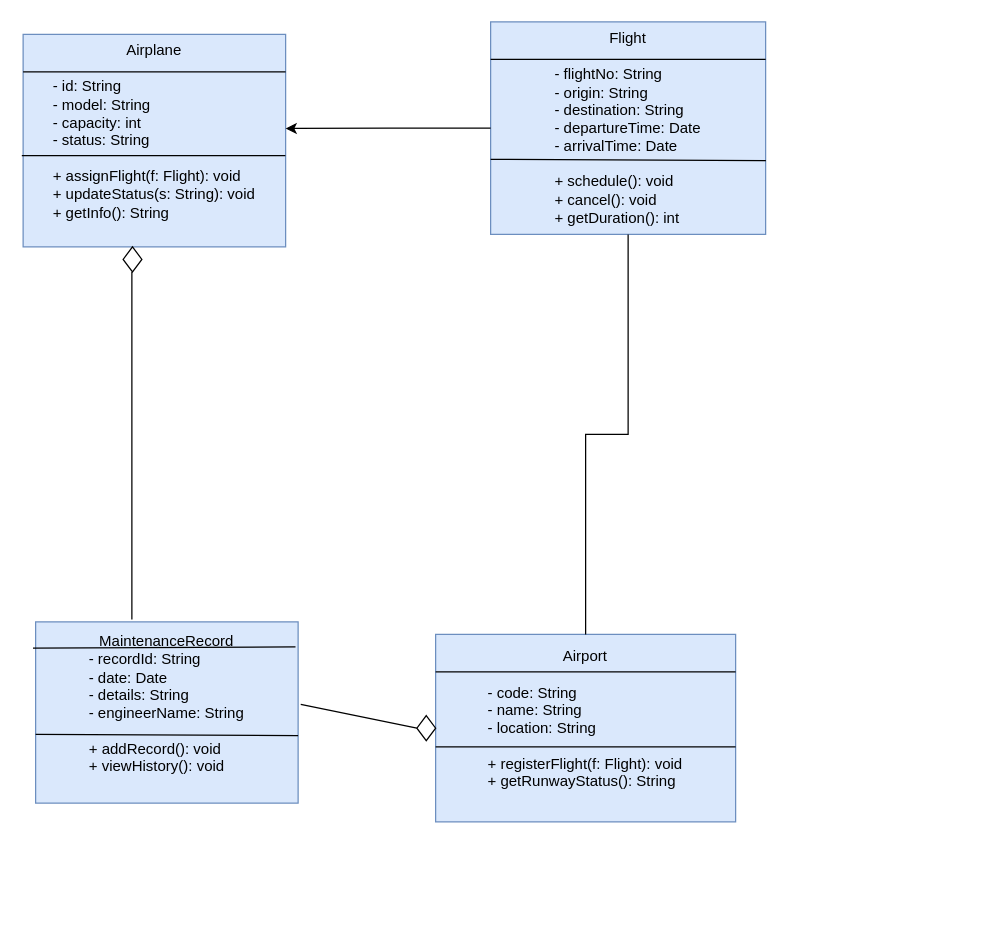
This is task-2/3/plane.drawio from Eno4ic/HomeworksSenla, a draw.io file, before an edit. Source tidied: cells renumbered, new cells numbered last; positions are measured from the earlier drawing's top-left corner, leaving out a move shared by most shapes. Both pictures are drawn from the tidied source at 125%, with x=0, y=0 at pixel (22, 21).
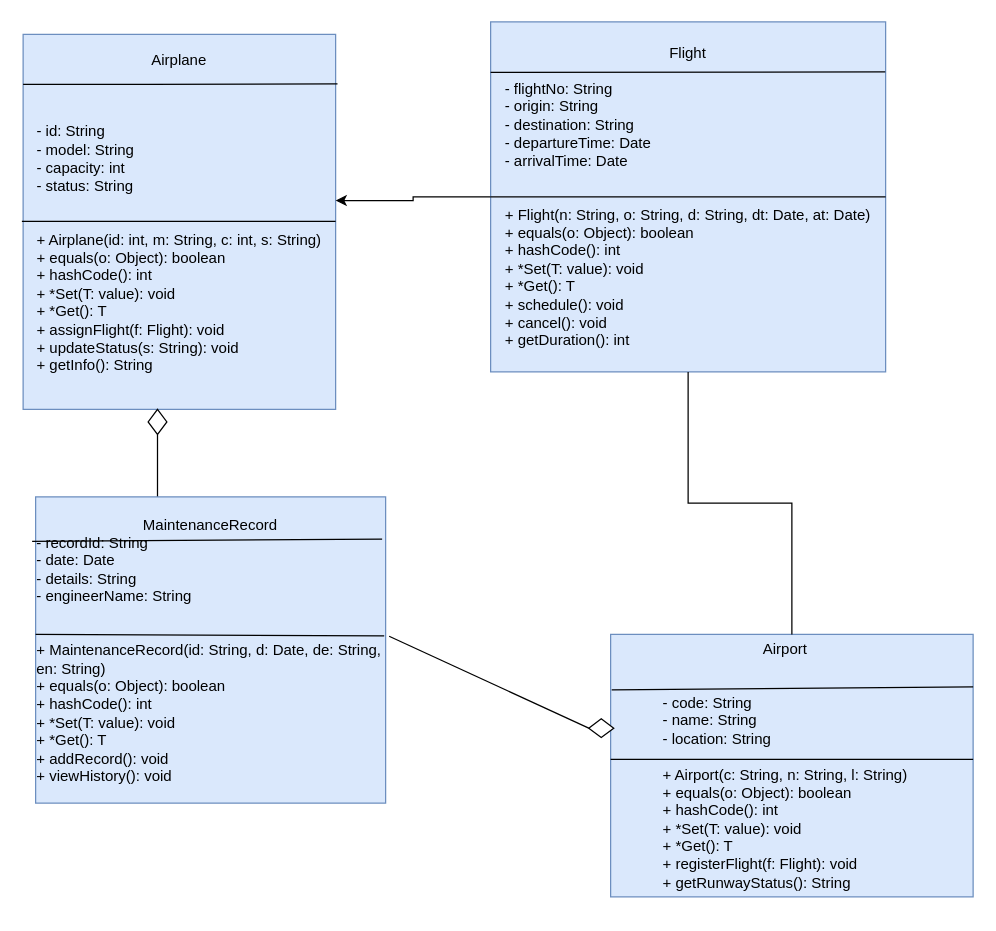
After the change.

The edit, as a diff of the source:
```diff
@@
-    <mxCell id="2" style="edgeStyle=orthogonalEdgeStyle;rounded=0;orthogonalLoop=1;jettySize=auto;html=1;exitX=0.5;exitY=1;exitDx=0;exitDy=0;endArrow=none;endFill=0;entryX=0.381;entryY=-0.014;entryDx=0;entryDy=0;entryPerimeter=0;" parent="1" edge="1">
+    <mxCell id="2" style="edgeStyle=orthogonalEdgeStyle;rounded=0;jettySize=auto;html=1;endArrow=none;endFill=0;entryX=0.381;entryY=-0.014;entryDx=0;entryDy=0;entryPerimeter=0;exitX=0.5;exitY=1;exitDx=0;exitDy=0;" parent="1" edge="1" source="20">
       <mxGeometry relative="1" as="geometry">
-        <mxPoint x="87" y="200" as="sourcePoint" />
         <mxPoint x="87" y="478" as="targetPoint" />
       </mxGeometry>
     </mxCell>
-    <mxCell id="3" value="&lt;div&gt;Airplane&lt;/div&gt;&lt;div&gt;&lt;br&gt;&lt;/div&gt;&lt;div style=&quot;text-align: left;&quot;&gt;- id: String&lt;/div&gt;&lt;div style=&quot;text-align: left;&quot;&gt;- model: String&lt;/div&gt;&lt;div style=&quot;text-align: left;&quot;&gt;- capacity: int&lt;/div&gt;&lt;div style=&quot;text-align: left;&quot;&gt;- status: String&lt;/div&gt;&lt;div style=&quot;text-align: left;&quot;&gt;&lt;br&gt;&lt;/div&gt;&lt;div style=&quot;text-align: left;&quot;&gt;+ assignFlight(f: Flight): void&lt;/div&gt;&lt;div style=&quot;text-align: left;&quot;&gt;+ updateStatus(s: String): void&lt;/div&gt;&lt;div style=&quot;text-align: left;&quot;&gt;+ getInfo(): String&lt;/div&gt;&lt;div&gt;&lt;br&gt;&lt;/div&gt;" style="rounded=0;whiteSpace=wrap;html=1;fillColor=#dae8fc;strokeColor=#6c8ebf;fontSize=12;" parent="1" vertex="1">
-      <mxGeometry y="10" width="210" height="170" as="geometry" />
+    <mxCell id="3" value="&lt;div&gt;Airplane&lt;/div&gt;&lt;div&gt;&lt;br&gt;&lt;/div&gt;&lt;div&gt;&lt;br&gt;&lt;/div&gt;&lt;div&gt;&lt;br&gt;&lt;/div&gt;&lt;div style=&quot;text-align: left;&quot;&gt;- id: String&lt;/div&gt;&lt;div style=&quot;text-align: left;&quot;&gt;- model: String&lt;/div&gt;&lt;div style=&quot;text-align: left;&quot;&gt;- capacity: int&lt;/div&gt;&lt;div style=&quot;text-align: left;&quot;&gt;- status: String&lt;/div&gt;&lt;div style=&quot;text-align: left;&quot;&gt;&lt;br&gt;&lt;/div&gt;&lt;div style=&quot;text-align: left;&quot;&gt;&lt;br&gt;&lt;/div&gt;&lt;div style=&quot;text-align: left;&quot;&gt;+ Airplane(id: int, m: String, c: int, s: String)&lt;/div&gt;&lt;div style=&quot;text-align: left;&quot;&gt;+ equals(o: Object): boolean&lt;/div&gt;&lt;div style=&quot;text-align: left;&quot;&gt;+ hashCode(): int&lt;/div&gt;&lt;div style=&quot;text-align: left;&quot;&gt;+ *Set(T: value): void&lt;/div&gt;&lt;div style=&quot;text-align: left;&quot;&gt;+ *Get(): T&lt;/div&gt;&lt;div style=&quot;text-align: left;&quot;&gt;+ assignFlight(f: Flight): void&lt;/div&gt;&lt;div style=&quot;text-align: left;&quot;&gt;+ updateStatus(s: String): void&lt;/div&gt;&lt;div style=&quot;text-align: left;&quot;&gt;+ getInfo(): String&lt;/div&gt;&lt;div&gt;&lt;br&gt;&lt;/div&gt;" style="rounded=0;whiteSpace=wrap;html=1;fillColor=#dae8fc;strokeColor=#6c8ebf;fontSize=12;" parent="1" vertex="1">
+      <mxGeometry y="10" width="250" height="300" as="geometry" />
     </mxCell>
-    <mxCell id="4" value="&lt;div&gt;Flight&lt;/div&gt;&lt;div&gt;&lt;br&gt;&lt;/div&gt;&lt;div style=&quot;text-align: left;&quot;&gt;- flightNo: String&lt;/div&gt;&lt;div style=&quot;text-align: left;&quot;&gt;- origin: String&lt;/div&gt;&lt;div style=&quot;text-align: left;&quot;&gt;- destination: String&lt;/div&gt;&lt;div style=&quot;text-align: left;&quot;&gt;- departureTime: Date&lt;/div&gt;&lt;div style=&quot;text-align: left;&quot;&gt;- arrivalTime: Date&lt;/div&gt;&lt;div style=&quot;text-align: left;&quot;&gt;&lt;br&gt;&lt;/div&gt;&lt;div style=&quot;text-align: left;&quot;&gt;+ schedule(): void&lt;/div&gt;&lt;div style=&quot;text-align: left;&quot;&gt;+ cancel(): void&lt;/div&gt;&lt;div style=&quot;text-align: left;&quot;&gt;+ getDuration(): int&lt;/div&gt;" style="rounded=0;whiteSpace=wrap;html=1;fillColor=#dae8fc;strokeColor=#6c8ebf;fontSize=12;" parent="1" vertex="1">
-      <mxGeometry x="374" width="220" height="170" as="geometry" />
+    <mxCell id="4" value="&lt;div&gt;Flight&lt;/div&gt;&lt;div&gt;&lt;br&gt;&lt;/div&gt;&lt;div style=&quot;text-align: left;&quot;&gt;- flightNo: String&lt;/div&gt;&lt;div style=&quot;text-align: left;&quot;&gt;- origin: String&lt;/div&gt;&lt;div style=&quot;text-align: left;&quot;&gt;- destination: String&lt;/div&gt;&lt;div style=&quot;text-align: left;&quot;&gt;- departureTime: Date&lt;/div&gt;&lt;div style=&quot;text-align: left;&quot;&gt;- arrivalTime: Date&lt;/div&gt;&lt;div style=&quot;text-align: left;&quot;&gt;&lt;br&gt;&lt;/div&gt;&lt;div style=&quot;text-align: left;&quot;&gt;&lt;br&gt;&lt;/div&gt;&lt;div style=&quot;text-align: left;&quot;&gt;+ Flight(n: String, o: String, d: String, dt: Date, at: Date)&lt;/div&gt;&lt;div style=&quot;text-align: left;&quot;&gt;&lt;div&gt;+ equals(o: Object): boolean&lt;/div&gt;&lt;div&gt;+ hashCode(): int&lt;/div&gt;&lt;div&gt;&lt;div&gt;+ *Set(T: value): void&lt;/div&gt;&lt;div&gt;+ *Get(): T&lt;/div&gt;&lt;/div&gt;&lt;/div&gt;&lt;div style=&quot;text-align: left;&quot;&gt;+ schedule(): void&lt;/div&gt;&lt;div style=&quot;text-align: left;&quot;&gt;+ cancel(): void&lt;/div&gt;&lt;div style=&quot;text-align: left;&quot;&gt;+ getDuration(): int&lt;/div&gt;" style="rounded=0;whiteSpace=wrap;html=1;fillColor=#dae8fc;strokeColor=#6c8ebf;fontSize=12;" parent="1" vertex="1">
+      <mxGeometry x="374" width="316" height="280" as="geometry" />
     </mxCell>
-    <mxCell id="5" value="&lt;blockquote style=&quot;margin: 0 0 0 40px; border: none; padding: 0px;&quot;&gt;&lt;div style=&quot;text-align: center;&quot;&gt;Airport&lt;/div&gt;&lt;div&gt;&lt;br&gt;&lt;/div&gt;&lt;div&gt;- code: String&lt;/div&gt;&lt;div&gt;- name: String&lt;/div&gt;&lt;div&gt;- location: String&lt;/div&gt;&lt;div&gt;&lt;br&gt;&lt;/div&gt;&lt;div&gt;+ registerFlight(f: Flight): void&lt;/div&gt;&lt;div&gt;+ getRunwayStatus(): String&lt;/div&gt;&lt;/blockquote&gt;&lt;div&gt;&lt;br&gt;&lt;/div&gt;" style="rounded=0;whiteSpace=wrap;html=1;fillColor=#dae8fc;strokeColor=#6c8ebf;fontSize=12;align=left;" parent="1" vertex="1">
-      <mxGeometry x="330" y="490" width="240" height="150" as="geometry" />
+    <mxCell id="5" value="&lt;blockquote style=&quot;margin: 0 0 0 40px; border: none; padding: 0px;&quot;&gt;&lt;div style=&quot;text-align: center;&quot;&gt;&lt;br&gt;&lt;/div&gt;&lt;div style=&quot;text-align: center;&quot;&gt;Airport&lt;/div&gt;&lt;div&gt;&lt;br&gt;&lt;/div&gt;&lt;div&gt;&lt;br&gt;&lt;/div&gt;&lt;div&gt;- code: String&lt;/div&gt;&lt;div&gt;- name: String&lt;/div&gt;&lt;div&gt;- location: String&lt;/div&gt;&lt;div&gt;&lt;br&gt;&lt;/div&gt;&lt;div&gt;&lt;div&gt;+ Airport(c: String, n: String, l: String)&lt;/div&gt;&lt;div&gt;+ equals(o: Object): boolean&lt;/div&gt;&lt;div&gt;+ hashCode(): int&lt;/div&gt;&lt;/div&gt;&lt;div&gt;&lt;div&gt;+ *Set(T: value): void&lt;/div&gt;&lt;div&gt;+ *Get(): T&lt;/div&gt;&lt;/div&gt;&lt;div&gt;+ registerFlight(f: Flight): void&lt;/div&gt;&lt;div&gt;+ getRunwayStatus(): String&lt;/div&gt;&lt;/blockquote&gt;&lt;div&gt;&lt;br&gt;&lt;/div&gt;" style="rounded=0;whiteSpace=wrap;html=1;fillColor=#dae8fc;strokeColor=#6c8ebf;fontSize=12;align=left;" parent="1" vertex="1">
+      <mxGeometry x="470" y="490" width="290" height="210" as="geometry" />
     </mxCell>
-    <mxCell id="6" value="&lt;div&gt;MaintenanceRecord&lt;/div&gt;&lt;div&gt;&lt;/div&gt;&lt;div style=&quot;text-align: left;&quot;&gt;- recordId: String&lt;/div&gt;&lt;div style=&quot;text-align: left;&quot;&gt;- date: Date&lt;/div&gt;&lt;div style=&quot;text-align: left;&quot;&gt;- details: String&lt;/div&gt;&lt;div style=&quot;text-align: left;&quot;&gt;- engineerName: String&lt;/div&gt;&lt;div style=&quot;text-align: left;&quot;&gt;&lt;br&gt;&lt;/div&gt;&lt;div style=&quot;text-align: left;&quot;&gt;+ addRecord(): void&lt;/div&gt;&lt;div style=&quot;text-align: left;&quot;&gt;+ viewHistory(): void&lt;/div&gt;&lt;div style=&quot;text-align: left;&quot;&gt;&lt;br&gt;&lt;/div&gt;" style="rounded=0;whiteSpace=wrap;html=1;fillColor=#dae8fc;strokeColor=#6c8ebf;fontSize=12;" parent="1" vertex="1">
-      <mxGeometry x="10" y="480" width="210" height="145" as="geometry" />
+    <mxCell id="6" value="&lt;div&gt;&lt;br&gt;&lt;/div&gt;&lt;div&gt;MaintenanceRecord&lt;/div&gt;&lt;div&gt;&lt;/div&gt;&lt;div style=&quot;text-align: left;&quot;&gt;- recordId: String&lt;/div&gt;&lt;div style=&quot;text-align: left;&quot;&gt;- date: Date&lt;/div&gt;&lt;div style=&quot;text-align: left;&quot;&gt;- details: String&lt;/div&gt;&lt;div style=&quot;text-align: left;&quot;&gt;- engineerName: String&lt;/div&gt;&lt;div style=&quot;text-align: left;&quot;&gt;&lt;br&gt;&lt;/div&gt;&lt;div style=&quot;text-align: left;&quot;&gt;&lt;br&gt;&lt;/div&gt;&lt;div style=&quot;text-align: left;&quot;&gt;&lt;div&gt;+&amp;nbsp;&lt;span style=&quot;text-align: center; background-color: transparent; color: light-dark(rgb(0, 0, 0), rgb(255, 255, 255));&quot;&gt;MaintenanceRecord(id: String, d: Date, de: String, en: String)&lt;/span&gt;&lt;/div&gt;&lt;div&gt;+ equals(o: Object): boolean&lt;/div&gt;&lt;div&gt;+ hashCode(): int&lt;/div&gt;&lt;div&gt;&lt;div&gt;+ *Set(T: value): void&lt;/div&gt;&lt;div&gt;+ *Get(): T&lt;/div&gt;&lt;/div&gt;&lt;/div&gt;&lt;div style=&quot;text-align: left;&quot;&gt;+ addRecord(): void&lt;/div&gt;&lt;div style=&quot;text-align: left;&quot;&gt;+ viewHistory(): void&lt;/div&gt;&lt;div style=&quot;text-align: left;&quot;&gt;&lt;br&gt;&lt;/div&gt;" style="rounded=0;whiteSpace=wrap;html=1;fillColor=#dae8fc;strokeColor=#6c8ebf;fontSize=12;" parent="1" vertex="1">
+      <mxGeometry x="10" y="380" width="280" height="245" as="geometry" />
     </mxCell>
-    <mxCell id="7" style="endArrow=none;html=1;rounded=0;exitX=-0.005;exitY=0.571;exitDx=0;exitDy=0;exitPerimeter=0;entryX=0.999;entryY=0.571;entryDx=0;entryDy=0;entryPerimeter=0;" parent="1" edge="1" source="3" target="3">
-      <mxGeometry relative="1" as="geometry" />
+    <mxCell id="7" style="endArrow=none;html=1;rounded=0;exitX=-0.005;exitY=0.571;exitDx=0;exitDy=0;exitPerimeter=0;entryX=0.999;entryY=0.571;entryDx=0;entryDy=0;entryPerimeter=0;" parent="1" edge="1">
+      <mxGeometry relative="1" as="geometry">
+        <mxPoint x="-1" y="159.6" as="sourcePoint" />
+        <mxPoint x="250" y="159.6" as="targetPoint" />
+      </mxGeometry>
     </mxCell>
-    <mxCell id="8" style="endArrow=none;html=1;rounded=0;exitX=-0.005;exitY=0.571;exitDx=0;exitDy=0;exitPerimeter=0;entryX=1.001;entryY=0.653;entryDx=0;entryDy=0;entryPerimeter=0;" parent="1" edge="1" target="4">
-      <mxGeometry relative="1" as="geometry">
-        <mxPoint x="374" y="110" as="sourcePoint" />
-      </mxGeometry>
+    <mxCell id="8" style="endArrow=none;html=1;rounded=0;exitX=0;exitY=0.5;exitDx=0;exitDy=0;entryX=1;entryY=0.5;entryDx=0;entryDy=0;" parent="1" edge="1" source="4" target="4">
+      <mxGeometry relative="1" as="geometry" />
     </mxCell>
-    <mxCell id="9" style="endArrow=none;html=1;rounded=0;exitX=-0.005;exitY=0.571;exitDx=0;exitDy=0;exitPerimeter=0;" parent="1" edge="1">
+    <mxCell id="9" style="endArrow=none;html=1;rounded=0;exitX=-0.005;exitY=0.571;exitDx=0;exitDy=0;exitPerimeter=0;entryX=1.006;entryY=0.132;entryDx=0;entryDy=0;entryPerimeter=0;" parent="1" edge="1" target="3">
       <mxGeometry relative="1" as="geometry">
-        <mxPoint y="40" as="sourcePoint" />
-        <mxPoint x="210" y="40" as="targetPoint" />
+        <mxPoint y="50" as="sourcePoint" />
+        <Array as="points">
+          <mxPoint x="100" y="50" />
+        </Array>
       </mxGeometry>
     </mxCell>
-    <mxCell id="10" style="endArrow=none;html=1;rounded=0;exitX=-0.005;exitY=0.571;exitDx=0;exitDy=0;exitPerimeter=0;" parent="1" edge="1">
+    <mxCell id="10" style="endArrow=none;html=1;rounded=0;exitX=-0.005;exitY=0.571;exitDx=0;exitDy=0;exitPerimeter=0;entryX=0.999;entryY=0.177;entryDx=0;entryDy=0;entryPerimeter=0;" parent="1" edge="1">
       <mxGeometry relative="1" as="geometry">
-        <mxPoint x="374" y="30" as="sourcePoint" />
-        <mxPoint x="594" y="30" as="targetPoint" />
+        <mxPoint x="374" y="40.4" as="sourcePoint" />
+        <mxPoint x="689.7" y="40" as="targetPoint" />
       </mxGeometry>
     </mxCell>
-    <mxCell id="11" style="endArrow=none;html=1;rounded=0;exitX=0;exitY=0.6;exitDx=0;exitDy=0;exitPerimeter=0;entryX=1;entryY=0.6;entryDx=0;entryDy=0;entryPerimeter=0;" parent="1" edge="1" source="5" target="5">
-      <mxGeometry relative="1" as="geometry" />
+    <mxCell id="11" style="endArrow=none;html=1;rounded=0;exitX=0;exitY=0.6;exitDx=0;exitDy=0;exitPerimeter=0;entryX=1;entryY=0.6;entryDx=0;entryDy=0;entryPerimeter=0;" parent="1" edge="1">
+      <mxGeometry relative="1" as="geometry">
+        <mxPoint x="470" y="590" as="sourcePoint" />
+        <mxPoint x="760" y="590" as="targetPoint" />
+      </mxGeometry>
     </mxCell>
@@
-    <mxCell id="13" style="endArrow=none;html=1;rounded=0;exitX=-0.005;exitY=0.571;exitDx=0;exitDy=0;exitPerimeter=0;entryX=1.002;entryY=0.145;entryDx=0;entryDy=0;entryPerimeter=0;" parent="1" edge="1">
+    <mxCell id="13" style="endArrow=none;html=1;rounded=0;exitX=-0.005;exitY=0.571;exitDx=0;exitDy=0;exitPerimeter=0;entryX=0.996;entryY=0.454;entryDx=0;entryDy=0;entryPerimeter=0;" parent="1" edge="1" target="6">
       <mxGeometry relative="1" as="geometry">
-        <mxPoint x="10" y="570" as="sourcePoint" />
-        <mxPoint x="220" y="571" as="targetPoint" />
+        <mxPoint x="10" y="490" as="sourcePoint" />
       </mxGeometry>
     </mxCell>
-    <mxCell id="14" style="endArrow=none;html=1;rounded=0;exitX=1.01;exitY=0.455;exitDx=0;exitDy=0;exitPerimeter=0;entryX=0;entryY=0.5;entryDx=0;entryDy=0;" parent="1" edge="1" source="19" target="5">
-      <mxGeometry relative="1" as="geometry" />
-    </mxCell>
@@
-    <mxCell id="17" style="endArrow=none;html=1;rounded=0;exitX=0;exitY=0.6;exitDx=0;exitDy=0;exitPerimeter=0;entryX=1;entryY=0.2;entryDx=0;entryDy=0;entryPerimeter=0;" parent="1" edge="1" target="5">
-      <mxGeometry relative="1" as="geometry">
-        <mxPoint x="330" y="520" as="sourcePoint" />
-      </mxGeometry>
+    <mxCell id="17" style="endArrow=none;html=1;rounded=0;exitX=0.003;exitY=0.211;exitDx=0;exitDy=0;exitPerimeter=0;entryX=1;entryY=0.2;entryDx=0;entryDy=0;entryPerimeter=0;" parent="1" edge="1" source="5" target="5">
+      <mxGeometry relative="1" as="geometry" />
     </mxCell>
-    <mxCell id="18" style="endArrow=none;html=1;rounded=0;exitX=1.01;exitY=0.455;exitDx=0;exitDy=0;exitPerimeter=0;entryX=0;entryY=0.5;entryDx=0;entryDy=0;" parent="1" edge="1" source="6" target="19">
+    <mxCell id="18" style="endArrow=none;html=1;rounded=0;exitX=1.01;exitY=0.455;exitDx=0;exitDy=0;exitPerimeter=0;entryX=0.5;entryY=1;entryDx=0;entryDy=0;" parent="1" edge="1" source="6" target="19">
       <mxGeometry relative="1" as="geometry" />
     </mxCell>
-    <mxCell id="19" style="rhombus;whiteSpace=wrap;html=1;" parent="1" vertex="1">
-      <mxGeometry x="315" y="555" width="15" height="20" as="geometry" />
+    <mxCell id="19" style="rhombus;whiteSpace=wrap;html=1;direction=south;" parent="1" vertex="1">
+      <mxGeometry x="452.5" y="557.5" width="20" height="15" as="geometry" />
     </mxCell>
     <mxCell id="20" style="rhombus;whiteSpace=wrap;html=1;" parent="1" vertex="1">
-      <mxGeometry x="80" y="180" width="15" height="20" as="geometry" />
+      <mxGeometry x="100" y="310" width="15" height="20" as="geometry" />
     </mxCell>
```
